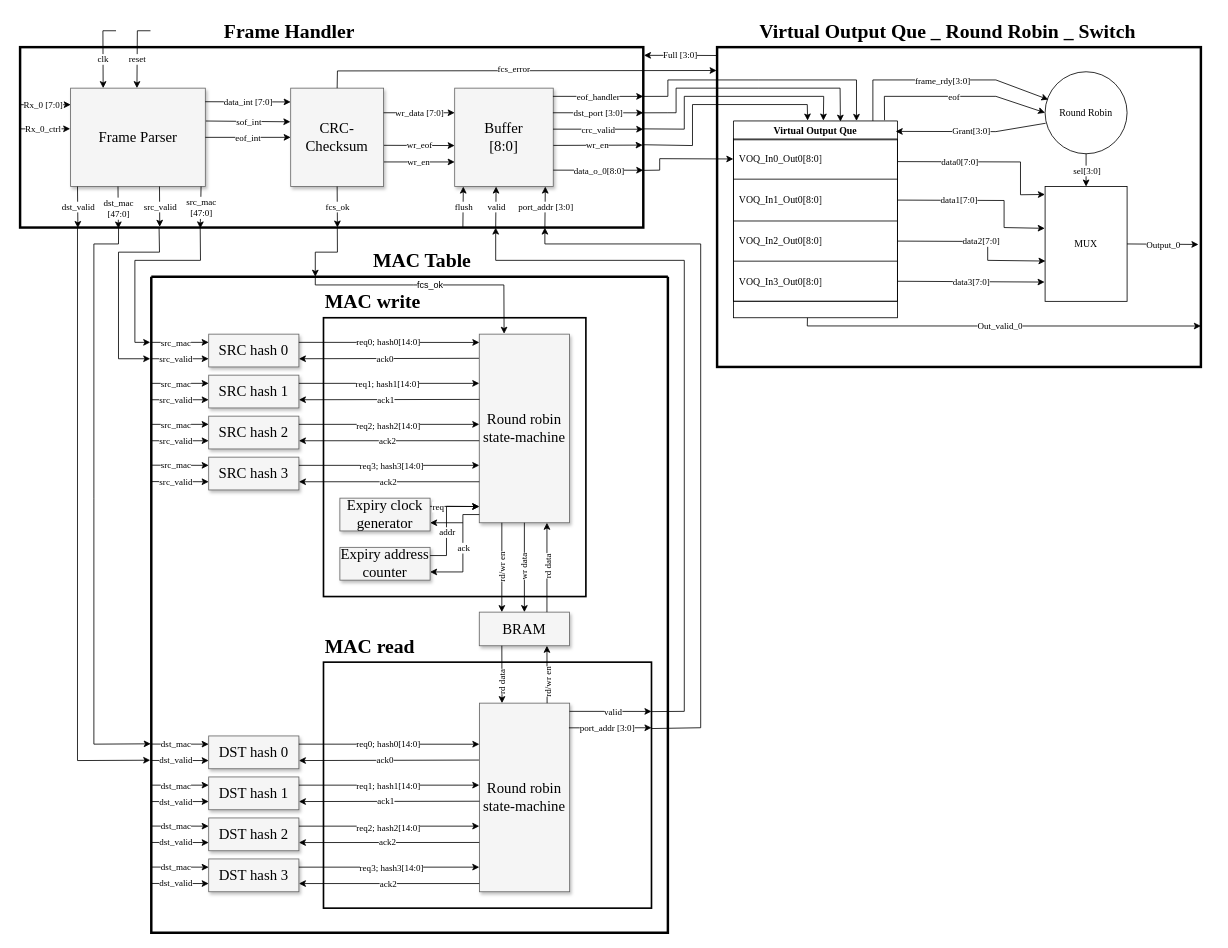
The draw.io diagram FPGA_switch.drawio in Meschr/FPGA_Bitflip, before the edit. Source tidied: cells renumbered, new cells numbered last; positions are measured from the earlier drawing's top-left corner, leaving out a move shared by most shapes. Both pictures are drawn from the tidied source at 82%, with x=0, y=0 at pixel (20, 14).
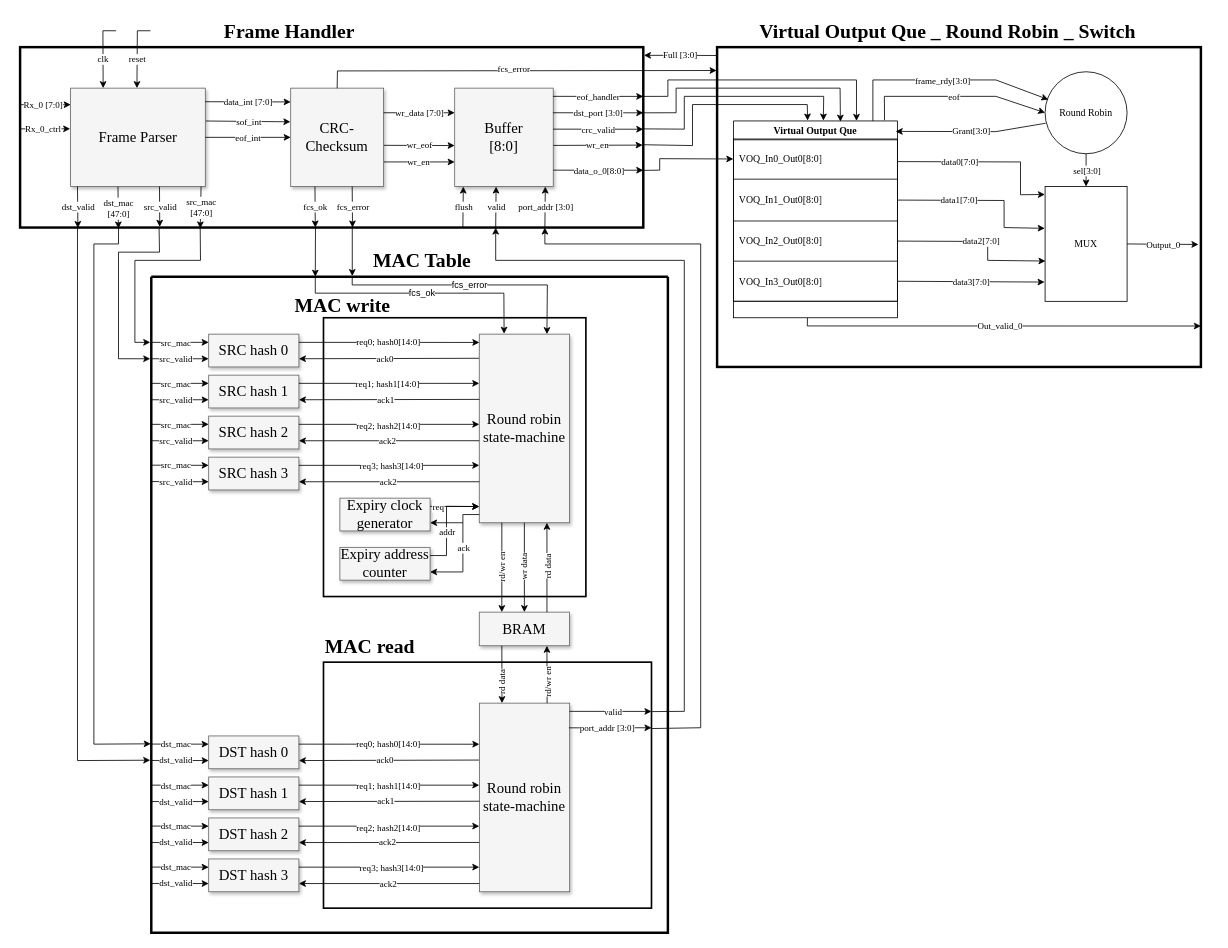
The same page after the edit.

The change refers to these unchanged cells:
```xml
<mxCell id="3" style="group;fontFamily=Times New Roman;" parent="1" vertex="1">
  <mxGeometry y="10" width="770" height="280" as="geometry" />
</mxCell>
<mxCell id="4" style="rounded=0;whiteSpace=wrap;html=1;fillColor=none;align=left;fontFamily=Times New Roman;strokeWidth=3;" parent="3" vertex="1">
  <mxGeometry y="30" width="760" height="220" as="geometry" />
</mxCell>
<mxCell id="12" value="&lt;span style=&quot;color: rgb(0, 0, 0);&quot;&gt;CRC-Checksum&lt;/span&gt;" style="whiteSpace=wrap;html=1;shadow=1;fontSize=18;fillColor=#f5f5f5;strokeColor=#666666;fontFamily=Times New Roman;" parent="3" vertex="1">
  <mxGeometry x="330" y="80" width="113.3" height="120" as="geometry" />
</mxCell>
<mxCell id="91" style="group;strokeWidth=1;" parent="1" vertex="1">
  <mxGeometry x="230" y="330" width="460" height="380" as="geometry" />
</mxCell>
<mxCell id="100" value="&lt;span style=&quot;color: rgb(0, 0, 0);&quot;&gt;Round robin state-machine&lt;/span&gt;" style="whiteSpace=wrap;html=1;shadow=1;fontSize=18;fillColor=#f5f5f5;strokeColor=#666666;fontFamily=Times New Roman;" parent="91" vertex="1">
  <mxGeometry x="330" y="60" width="110" height="230" as="geometry" />
</mxCell>
<mxCell id="190" style="swimlane;startSize=0;strokeWidth=3;" parent="1" vertex="1">
  <mxGeometry x="160" y="320" width="630" height="800" as="geometry" />
</mxCell>
```

Diff of the diagram source:
```diff
@@
-    <mxCell id="33" style="endArrow=classic;html=1;rounded=0;exitX=0.5;exitY=1;exitDx=0;exitDy=0;fontFamily=Times New Roman;" parent="3" edge="1" source="12">
+    <mxCell id="33" style="endArrow=classic;html=1;rounded=0;exitX=0.5;exitY=1;exitDx=0;exitDy=0;fontFamily=Times New Roman;" parent="3" edge="1">
       <mxGeometry relative="1" as="geometry">
-        <mxPoint x="387" y="250" as="targetPoint" />
+        <mxPoint x="359.6" y="200" as="sourcePoint" />
+        <mxPoint x="360" y="250" as="targetPoint" />
       </mxGeometry>
     </mxCell>
@@
+    <mxCell id="208" style="endArrow=classic;html=1;rounded=0;exitX=0.5;exitY=1;exitDx=0;exitDy=0;fontFamily=Times New Roman;" parent="3" edge="1">
+      <mxGeometry relative="1" as="geometry">
+        <mxPoint x="405" y="200" as="sourcePoint" />
+        <mxPoint x="405.4" y="250" as="targetPoint" />
+      </mxGeometry>
+    </mxCell>
+    <mxCell id="209" value="fcs_error" style="edgeLabel;html=1;align=center;verticalAlign=middle;fontFamily=Times New Roman;" parent="208" vertex="1">
+      <mxGeometry relative="1" as="geometry" />
+    </mxCell>
@@
     <mxCell id="99" value="&lt;h1 style=&quot;margin-top: 0px;&quot;&gt;&lt;font style=&quot;color: rgb(0, 0, 0);&quot;&gt;MAC write&lt;/font&gt;&lt;/h1&gt;" style="text;html=1;whiteSpace=wrap;overflow=hidden;rounded=0;fontFamily=Times New Roman;" parent="91" vertex="1">
-      <mxGeometry x="140" width="120" height="40" as="geometry" />
+      <mxGeometry x="103" y="5" width="120" height="40" as="geometry" />
     </mxCell>
@@
-    <mxCell id="200" style="endArrow=classic;html=1;rounded=0;exitX=0.509;exitY=1.003;exitDx=0;exitDy=0;exitPerimeter=0;" parent="1" edge="1" source="4">
-      <mxGeometry x="0.07" relative="1" as="geometry">
+    <mxCell id="200" style="endArrow=classic;html=1;rounded=0;exitX=0.474;exitY=1.001;exitDx=0;exitDy=0;exitPerimeter=0;" parent="1" edge="1" source="4">
+      <mxGeometry relative="1" as="geometry">
         <mxPoint x="360" y="320" as="targetPoint" />
-        <Array as="points">
-          <mxPoint x="387" y="290" />
-          <mxPoint x="360" y="290" />
-        </Array>
       </mxGeometry>
     </mxCell>
     <mxCell id="201" value="fcs_ok" style="endArrow=classic;html=1;entryX=0.275;entryY=-0.002;entryDx=0;entryDy=0;rounded=0;curved=0;entryPerimeter=0;" parent="1" edge="1" target="100">
       <mxGeometry relative="1" as="geometry">
         <mxPoint x="360" y="320" as="sourcePoint" />
         <Array as="points">
-          <mxPoint x="360" y="330" />
-          <mxPoint x="480" y="330" />
-          <mxPoint x="590" y="330" />
+          <mxPoint x="360" y="340" />
+          <mxPoint x="590" y="340" />
         </Array>
       </mxGeometry>
     </mxCell>
@@
+    <mxCell id="210" style="endArrow=classic;html=1;rounded=0;exitX=0.533;exitY=1.002;exitDx=0;exitDy=0;exitPerimeter=0;entryX=0.389;entryY=-0.001;entryDx=0;entryDy=0;entryPerimeter=0;" parent="1" edge="1">
+      <mxGeometry relative="1" as="geometry">
+        <mxPoint x="405.1" y="260.4" as="sourcePoint" />
+        <mxPoint x="405.1" y="319.2" as="targetPoint" />
+      </mxGeometry>
+    </mxCell>
+    <mxCell id="211" value="fcs_error" style="endArrow=classic;html=1;entryX=0.75;entryY=0;entryDx=0;entryDy=0;rounded=0;curved=0;exitX=0.389;exitY=-0.001;exitDx=0;exitDy=0;exitPerimeter=0;" parent="1" edge="1" source="190" target="100">
+      <mxGeometry relative="1" as="geometry">
+        <Array as="points">
+          <mxPoint x="405" y="330" />
+          <mxPoint x="643" y="330" />
+        </Array>
+      </mxGeometry>
+    </mxCell>
```
